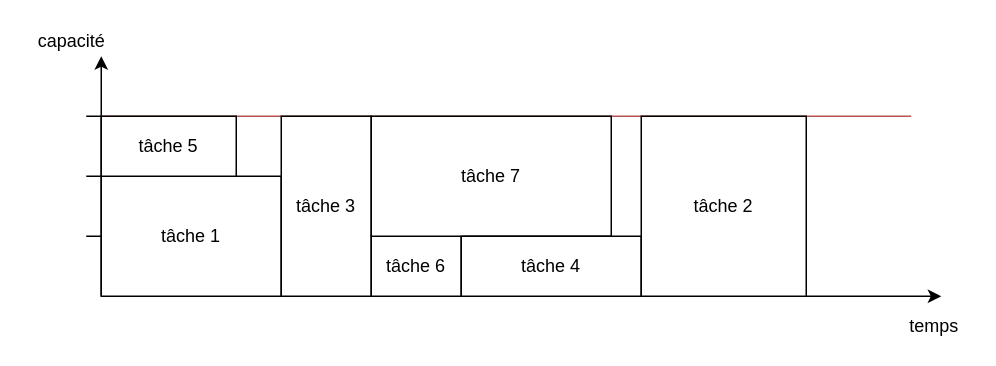
This is rcpsp.drawio from axelvan22/internship-lig, a draw.io file, before an edit. Source tidied: cells renumbered, new cells numbered last; positions are measured from the earlier drawing's top-left corner, leaving out a move shared by most shapes. Both pictures are drawn from the tidied source at 150%, with x=0, y=0 at pixel (26, 26).
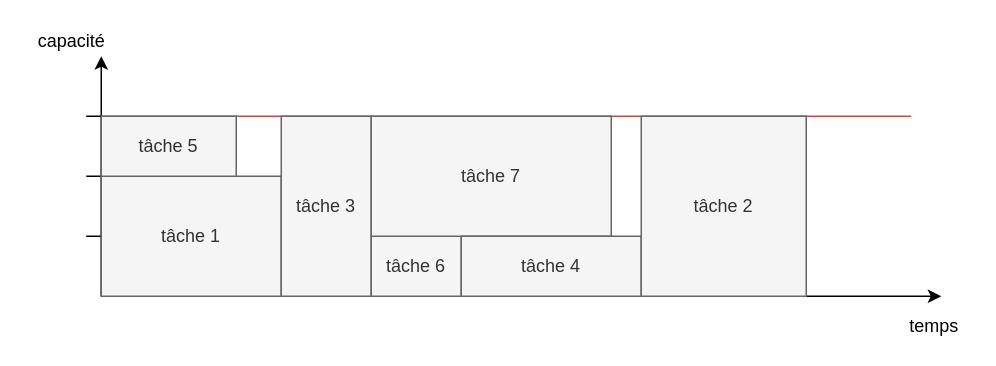
Above is the later version.

What changed in the source:
```diff
@@
-    <mxCell id="10" value="tâche 1" style="rounded=0;whiteSpace=wrap;html=1;" parent="1" vertex="1">
+    <mxCell id="10" value="tâche 1" style="rounded=0;whiteSpace=wrap;html=1;fillColor=#f5f5f5;strokeColor=#666666;fontColor=#333333;" parent="1" vertex="1">
       <mxGeometry x="50" y="100" width="120" height="80" as="geometry" />
     </mxCell>
-    <mxCell id="11" value="tâche 3" style="rounded=0;whiteSpace=wrap;html=1;" parent="1" vertex="1">
+    <mxCell id="11" value="tâche 3" style="rounded=0;whiteSpace=wrap;html=1;fillColor=#f5f5f5;strokeColor=#666666;fontColor=#333333;" parent="1" vertex="1">
       <mxGeometry x="170" y="60" width="60" height="120" as="geometry" />
     </mxCell>
-    <mxCell id="12" value="tâche 6" style="rounded=0;whiteSpace=wrap;html=1;" parent="1" vertex="1">
+    <mxCell id="12" value="tâche 6" style="rounded=0;whiteSpace=wrap;html=1;fillColor=#f5f5f5;strokeColor=#666666;fontColor=#333333;" parent="1" vertex="1">
       <mxGeometry x="230" y="140" width="60" height="40" as="geometry" />
     </mxCell>
-    <mxCell id="13" value="tâche 7" style="rounded=0;whiteSpace=wrap;html=1;" parent="1" vertex="1">
+    <mxCell id="13" value="tâche 7" style="rounded=0;whiteSpace=wrap;html=1;fillColor=#f5f5f5;strokeColor=#666666;fontColor=#333333;" parent="1" vertex="1">
       <mxGeometry x="230" y="60" width="160" height="80" as="geometry" />
     </mxCell>
-    <mxCell id="14" value="tâche 4" style="rounded=0;whiteSpace=wrap;html=1;" parent="1" vertex="1">
+    <mxCell id="14" value="tâche 4" style="rounded=0;whiteSpace=wrap;html=1;fillColor=#f5f5f5;strokeColor=#666666;fontColor=#333333;" parent="1" vertex="1">
       <mxGeometry x="290" y="140" width="120" height="40" as="geometry" />
     </mxCell>
-    <mxCell id="15" value="tâche 2" style="rounded=0;whiteSpace=wrap;html=1;" parent="1" vertex="1">
+    <mxCell id="15" value="tâche 2" style="rounded=0;whiteSpace=wrap;html=1;fillColor=#f5f5f5;strokeColor=#666666;fontColor=#333333;" parent="1" vertex="1">
       <mxGeometry x="410" y="60" width="110" height="120" as="geometry" />
     </mxCell>
-    <mxCell id="16" value="tâche 5" style="rounded=0;whiteSpace=wrap;html=1;" parent="1" vertex="1">
+    <mxCell id="16" value="tâche 5" style="rounded=0;whiteSpace=wrap;html=1;fillColor=#f5f5f5;strokeColor=#666666;fontColor=#333333;" parent="1" vertex="1">
       <mxGeometry x="50" y="60" width="90" height="40" as="geometry" />
     </mxCell>
```
